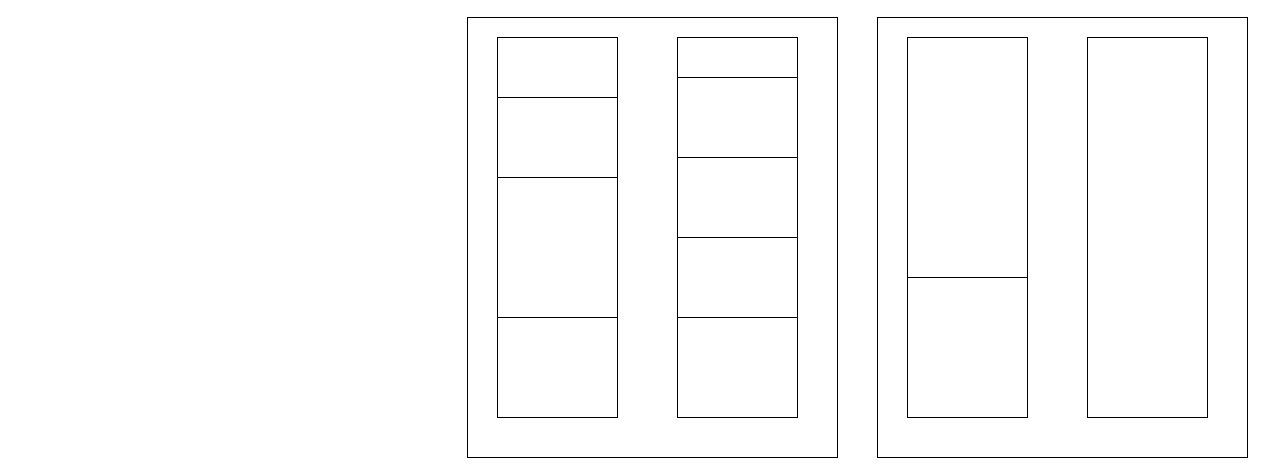
lqlspace/doc keeps this draw.io diagram as drawio/auto-migration.drawio. Above is the earlier version. Source tidied: cells renumbered, new cells numbered last; positions are measured from the earlier drawing's top-left corner, leaving out a move shared by most shapes. Both pictures are drawn from the tidied source at 100%, with x=0, y=0 at pixel (467, 17).
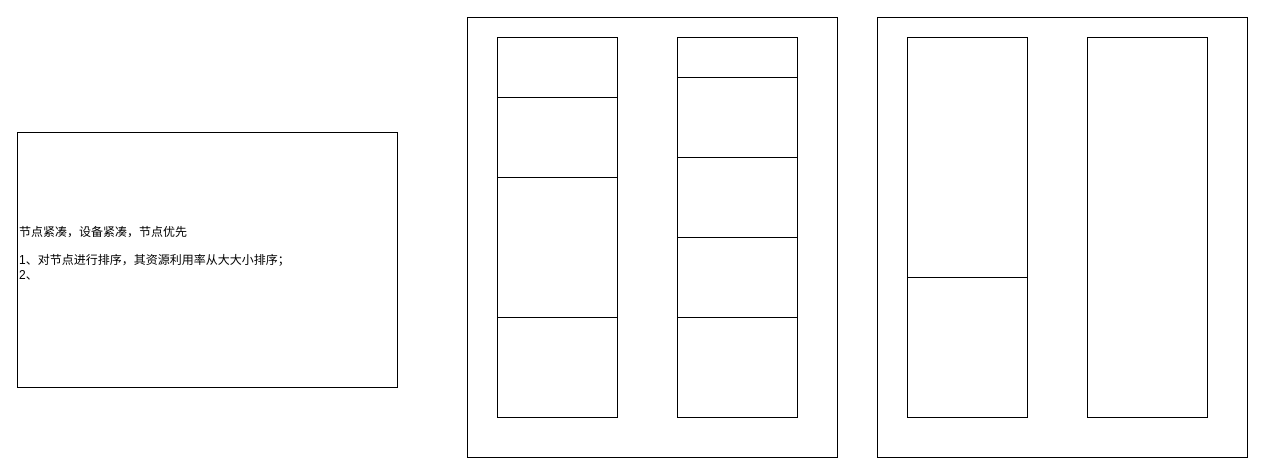
Above is the later version.

The edit, as a diff of the source:
```diff
@@
 <mxGraphModel>
   <root>
     <mxCell id="0" />
     <mxCell id="1" parent="0" />
     <mxCell id="2" style="rounded=0;whiteSpace=wrap;html=1;" parent="1" vertex="1">
       <mxGeometry x="410" width="370" height="440" as="geometry" />
     </mxCell>
     <mxCell id="3" style="rounded=0;whiteSpace=wrap;html=1;" parent="1" vertex="1">
       <mxGeometry width="370" height="440" as="geometry" />
     </mxCell>
     <mxCell id="4" style="rounded=0;whiteSpace=wrap;html=1;" parent="1" vertex="1">
       <mxGeometry x="30" y="20" width="120" height="380" as="geometry" />
     </mxCell>
     <mxCell id="5" style="rounded=0;whiteSpace=wrap;html=1;" parent="1" vertex="1">
       <mxGeometry x="30" y="300" width="120" height="100" as="geometry" />
     </mxCell>
     <mxCell id="6" style="rounded=0;whiteSpace=wrap;html=1;" parent="1" vertex="1">
       <mxGeometry x="30" y="160" width="120" height="140" as="geometry" />
     </mxCell>
     <mxCell id="7" style="rounded=0;whiteSpace=wrap;html=1;" parent="1" vertex="1">
       <mxGeometry x="30" y="80" width="120" height="80" as="geometry" />
     </mxCell>
     <mxCell id="8" style="rounded=0;whiteSpace=wrap;html=1;" parent="1" vertex="1">
       <mxGeometry x="210" y="20" width="120" height="380" as="geometry" />
     </mxCell>
     <mxCell id="9" style="rounded=0;whiteSpace=wrap;html=1;" parent="1" vertex="1">
       <mxGeometry x="210" y="300" width="120" height="100" as="geometry" />
     </mxCell>
     <mxCell id="10" style="rounded=0;whiteSpace=wrap;html=1;" parent="1" vertex="1">
       <mxGeometry x="440" y="20" width="120" height="380" as="geometry" />
     </mxCell>
     <mxCell id="11" style="rounded=0;whiteSpace=wrap;html=1;" parent="1" vertex="1">
       <mxGeometry x="620" y="20" width="120" height="380" as="geometry" />
     </mxCell>
     <mxCell id="12" style="rounded=0;whiteSpace=wrap;html=1;" parent="1" vertex="1">
       <mxGeometry x="210" y="220" width="120" height="80" as="geometry" />
     </mxCell>
     <mxCell id="13" style="rounded=0;whiteSpace=wrap;html=1;" parent="1" vertex="1">
       <mxGeometry x="210" y="140" width="120" height="80" as="geometry" />
     </mxCell>
     <mxCell id="14" style="rounded=0;whiteSpace=wrap;html=1;" parent="1" vertex="1">
       <mxGeometry x="440" y="260" width="120" height="140" as="geometry" />
     </mxCell>
     <mxCell id="15" style="rounded=0;whiteSpace=wrap;html=1;" parent="1" vertex="1">
       <mxGeometry x="210" y="60" width="120" height="80" as="geometry" />
     </mxCell>
+    <mxCell id="16" value="节点紧凑，&lt;span style=&quot;background-color: initial;&quot;&gt;设备紧凑，节点优先&lt;/span&gt;&lt;div&gt;&lt;span style=&quot;background-color: initial;&quot;&gt;&lt;br&gt;&lt;/span&gt;&lt;/div&gt;&lt;div&gt;1、对节点进行排序，其资源利用率从大大小排序；&lt;/div&gt;&lt;div&gt;2、&lt;/div&gt;&lt;div&gt;&lt;br&gt;&lt;/div&gt;" style="rounded=0;whiteSpace=wrap;html=1;align=left;" parent="1" vertex="1">
+      <mxGeometry x="-450" y="115" width="380" height="255" as="geometry" />
+    </mxCell>
   </root>
 </mxGraphModel>
```
